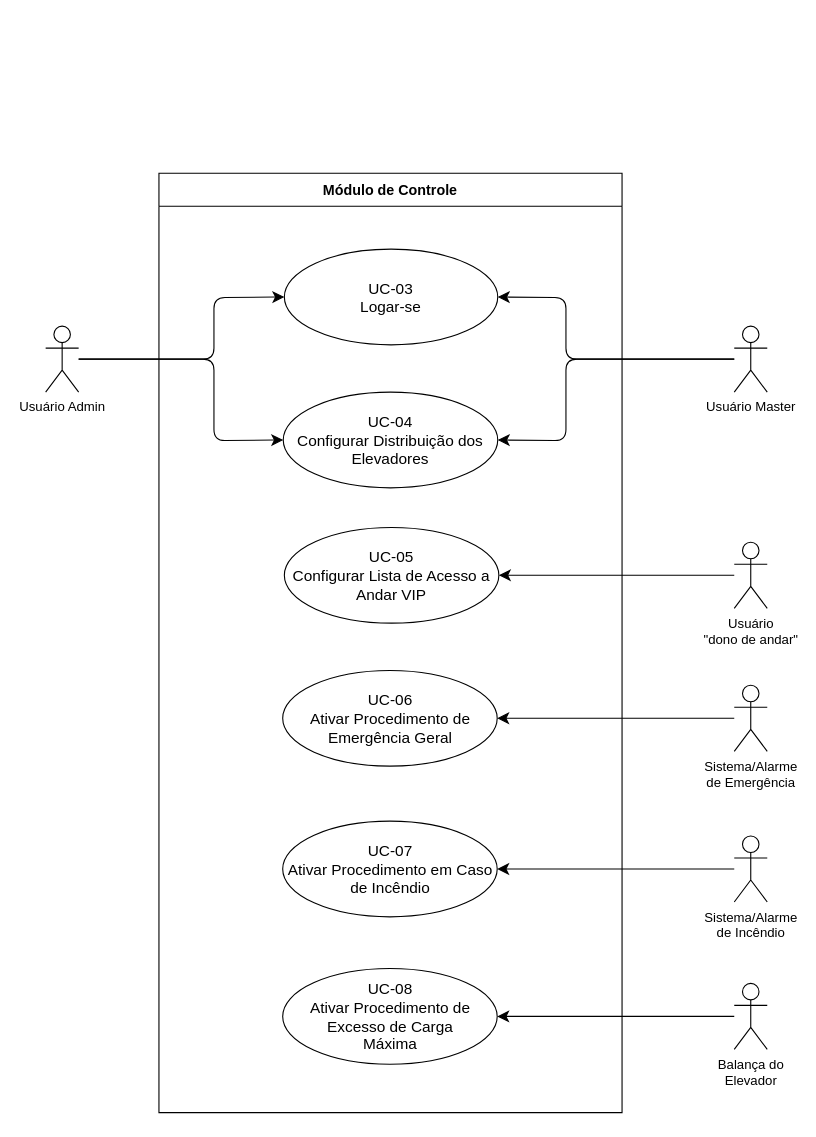
Above: diagrama_casos_de_uso/uc_modulo_controle.drawio in gb-cs-rt/elevator (draw.io), before the change. Source tidied: cells renumbered, new cells numbered last; positions are measured from the earlier drawing's top-left corner, leaving out a move shared by most shapes. Both pictures are drawn from the tidied source at 110%, with x=0, y=0 at pixel (45, 173).
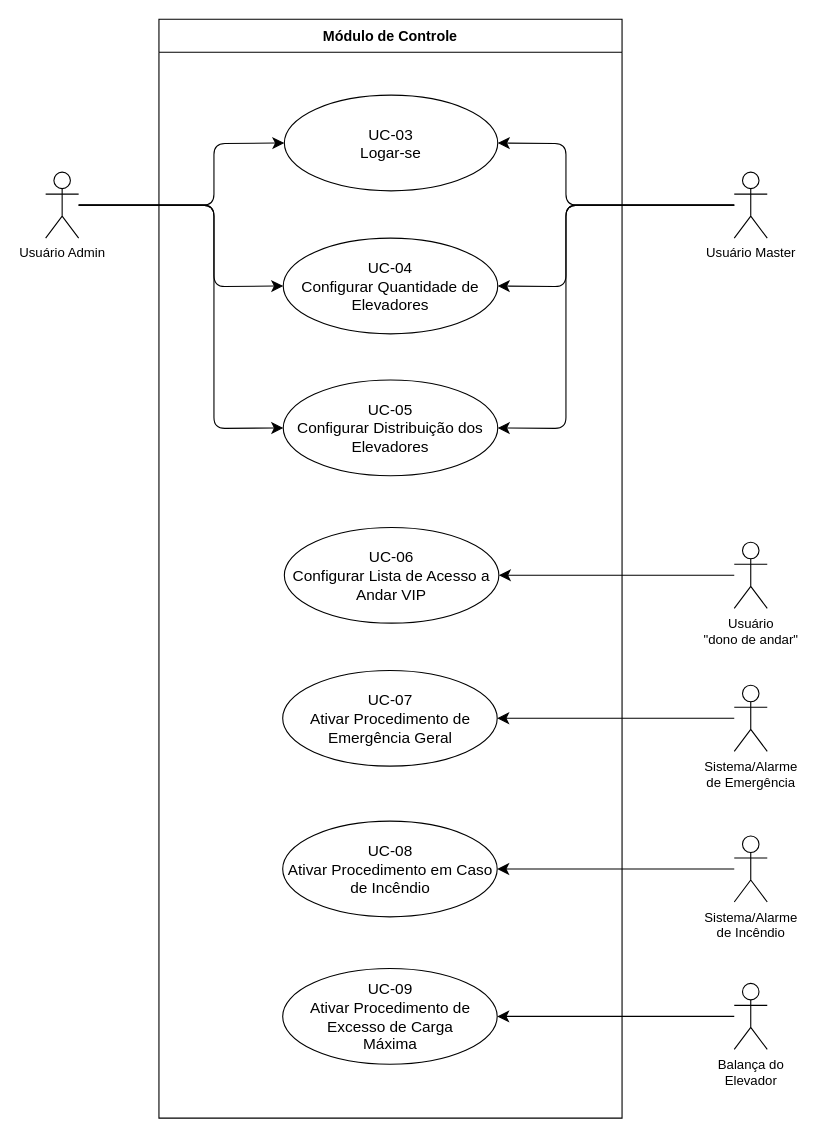
Above is the later version.

The change refers to these unchanged cells:
```xml
<mxCell id="3" value="UC-03&lt;br style=&quot;font-size: 14px;&quot;&gt;Logar-se" style="ellipse;whiteSpace=wrap;html=1;fontSize=14;fontStyle=0;" parent="2" vertex="1">
  <mxGeometry x="114" y="69" width="194" height="87" as="geometry" />
</mxCell>
```

Change to the diagram source:
```diff
@@
     <mxCell id="2" value="&lt;font style=&quot;font-size: 13px;&quot;&gt;Módulo de Controle&lt;/font&gt;" style="swimlane;whiteSpace=wrap;html=1;startSize=30;" parent="1" vertex="1">
-      <mxGeometry x="103" width="421" height="854" as="geometry" />
+      <mxGeometry x="103" y="-140" width="421" height="999" as="geometry" />
     </mxCell>
@@
-    <mxCell id="4" value="UC-04&lt;div&gt;Configurar Distribuição dos Elevadores&lt;/div&gt;" style="ellipse;whiteSpace=wrap;html=1;fontSize=14;fontStyle=0;" parent="2" vertex="1">
+    <mxCell id="4" value="UC-04&lt;div&gt;Configurar Quantidade de&lt;br&gt;Elevadores&lt;/div&gt;" style="ellipse;whiteSpace=wrap;html=1;fontSize=14;fontStyle=0;" parent="2" vertex="1">
       <mxGeometry x="113" y="199" width="195" height="87" as="geometry" />
     </mxCell>
-    <mxCell id="5" value="UC-05&lt;div&gt;Configurar Lista de Acesso a Andar VIP&lt;/div&gt;" style="ellipse;whiteSpace=wrap;html=1;fontSize=14;fontStyle=0;" parent="2" vertex="1">
-      <mxGeometry x="114" y="322" width="195" height="87" as="geometry" />
+    <mxCell id="5" value="UC-06&lt;div&gt;Configurar Lista de Acesso a Andar VIP&lt;/div&gt;" style="ellipse;whiteSpace=wrap;html=1;fontSize=14;fontStyle=0;" parent="2" vertex="1">
+      <mxGeometry x="114" y="462" width="195" height="87" as="geometry" />
     </mxCell>
-    <mxCell id="6" value="UC-06&lt;div&gt;Ativar Procedimento de Emergência Geral&lt;/div&gt;" style="ellipse;whiteSpace=wrap;html=1;fontSize=14;fontStyle=0;" parent="2" vertex="1">
-      <mxGeometry x="112.5" y="452" width="195" height="87" as="geometry" />
+    <mxCell id="6" value="UC-07&lt;div&gt;Ativar Procedimento de Emergência Geral&lt;/div&gt;" style="ellipse;whiteSpace=wrap;html=1;fontSize=14;fontStyle=0;" parent="2" vertex="1">
+      <mxGeometry x="112.5" y="592" width="195" height="87" as="geometry" />
     </mxCell>
-    <mxCell id="7" value="UC-07&lt;div&gt;Ativar Procedimento em Caso de Incêndio&lt;/div&gt;" style="ellipse;whiteSpace=wrap;html=1;fontSize=14;fontStyle=0;" parent="2" vertex="1">
-      <mxGeometry x="112.5" y="589" width="195" height="87" as="geometry" />
+    <mxCell id="7" value="UC-08&lt;div&gt;Ativar Procedimento em Caso de Incêndio&lt;/div&gt;" style="ellipse;whiteSpace=wrap;html=1;fontSize=14;fontStyle=0;" parent="2" vertex="1">
+      <mxGeometry x="112.5" y="729" width="195" height="87" as="geometry" />
     </mxCell>
-    <mxCell id="8" value="UC-08&lt;div&gt;Ativar Procedimento de Excesso de Carga&lt;/div&gt;&lt;div&gt;Máxima&lt;/div&gt;" style="ellipse;whiteSpace=wrap;html=1;fontSize=14;fontStyle=0;" parent="2" vertex="1">
-      <mxGeometry x="112.5" y="723" width="195" height="87" as="geometry" />
+    <mxCell id="8" value="UC-09&lt;div&gt;Ativar Procedimento de Excesso de Carga&lt;/div&gt;&lt;div&gt;Máxima&lt;/div&gt;" style="ellipse;whiteSpace=wrap;html=1;fontSize=14;fontStyle=0;" parent="2" vertex="1">
+      <mxGeometry x="112.5" y="863" width="195" height="87" as="geometry" />
     </mxCell>
+    <mxCell id="23" value="UC-05&lt;div&gt;Configurar Distribuição dos Elevadores&lt;/div&gt;" style="ellipse;whiteSpace=wrap;html=1;fontSize=14;fontStyle=0;" parent="2" vertex="1">
+      <mxGeometry x="113" y="328" width="195" height="87" as="geometry" />
+    </mxCell>
     <mxCell id="9" style="edgeStyle=none;shape=connector;curved=0;rounded=1;jettySize=auto;html=1;entryX=1;entryY=0.5;entryDx=0;entryDy=0;strokeColor=default;align=center;verticalAlign=middle;fontFamily=Helvetica;fontSize=12;fontColor=default;labelBackgroundColor=default;startSize=8;endArrow=classic;endSize=8;" parent="1" edge="1" source="11" target="3">
       <mxGeometry relative="1" as="geometry">
         <Array as="points">
-          <mxPoint x="473" y="169" />
-          <mxPoint x="473" y="113" />
+          <mxPoint x="473" y="29" />
+          <mxPoint x="473" y="-27" />
         </Array>
       </mxGeometry>
     </mxCell>
     <mxCell id="10" style="edgeStyle=none;shape=connector;curved=0;rounded=1;jettySize=auto;html=1;entryX=1;entryY=0.5;entryDx=0;entryDy=0;strokeColor=default;align=center;verticalAlign=middle;fontFamily=Helvetica;fontSize=12;fontColor=default;labelBackgroundColor=default;startSize=8;endArrow=classic;endSize=8;" parent="1" edge="1" source="11" target="4">
       <mxGeometry relative="1" as="geometry">
         <Array as="points">
-          <mxPoint x="473" y="169" />
-          <mxPoint x="473" y="243" />
+          <mxPoint x="473" y="29" />
+          <mxPoint x="473" y="103" />
         </Array>
       </mxGeometry>
     </mxCell>
+    <mxCell id="24" style="edgeStyle=none;curved=0;rounded=1;jettySize=auto;html=1;entryX=1;entryY=0.5;entryDx=0;entryDy=0;fontSize=12;startSize=8;endSize=8;" parent="1" edge="1" source="11" target="23">
+      <mxGeometry relative="1" as="geometry">
+        <Array as="points">
+          <mxPoint x="473" y="29" />
+          <mxPoint x="473" y="232" />
+        </Array>
+      </mxGeometry>
+    </mxCell>
     <mxCell id="11" value="Usuário Master" style="shape=umlActor;verticalLabelPosition=bottom;verticalAlign=top;html=1;outlineConnect=0;" parent="1" vertex="1">
-      <mxGeometry x="626" y="139" width="30" height="60" as="geometry" />
+      <mxGeometry x="626" y="-1" width="30" height="60" as="geometry" />
     </mxCell>
     <mxCell id="12" style="edgeStyle=none;shape=connector;curved=0;rounded=1;jettySize=auto;html=1;entryX=0;entryY=0.5;entryDx=0;entryDy=0;strokeColor=default;align=center;verticalAlign=middle;fontFamily=Helvetica;fontSize=12;fontColor=default;labelBackgroundColor=default;startSize=8;endArrow=classic;endSize=8;" parent="1" edge="1" source="14" target="3">
       <mxGeometry relative="1" as="geometry">
         <Array as="points">
-          <mxPoint x="153" y="169" />
-          <mxPoint x="153" y="113" />
+          <mxPoint x="153" y="29" />
+          <mxPoint x="153" y="-27" />
         </Array>
       </mxGeometry>
     </mxCell>
     <mxCell id="13" style="edgeStyle=none;shape=connector;curved=0;rounded=1;jettySize=auto;html=1;entryX=0;entryY=0.5;entryDx=0;entryDy=0;strokeColor=default;align=center;verticalAlign=middle;fontFamily=Helvetica;fontSize=12;fontColor=default;labelBackgroundColor=default;startSize=8;endArrow=classic;endSize=8;" parent="1" edge="1" source="14" target="4">
       <mxGeometry relative="1" as="geometry">
         <Array as="points">
-          <mxPoint x="153" y="169" />
-          <mxPoint x="153" y="243" />
+          <mxPoint x="153" y="29" />
+          <mxPoint x="153" y="103" />
         </Array>
       </mxGeometry>
     </mxCell>
+    <mxCell id="25" style="edgeStyle=none;shape=connector;curved=0;rounded=1;jettySize=auto;html=1;entryX=0;entryY=0.5;entryDx=0;entryDy=0;strokeColor=default;align=center;verticalAlign=middle;fontFamily=Helvetica;fontSize=12;fontColor=default;labelBackgroundColor=default;startSize=8;endArrow=classic;endSize=8;" parent="1" edge="1" source="14" target="23">
+      <mxGeometry relative="1" as="geometry">
+        <Array as="points">
+          <mxPoint x="153" y="29" />
+          <mxPoint x="153" y="232" />
+        </Array>
+      </mxGeometry>
+    </mxCell>
     <mxCell id="14" value="Usuário Admin" style="shape=umlActor;verticalLabelPosition=bottom;verticalAlign=top;html=1;outlineConnect=0;" parent="1" vertex="1">
-      <mxGeometry y="139" width="30" height="60" as="geometry" />
+      <mxGeometry y="-1" width="30" height="60" as="geometry" />
     </mxCell>
```
